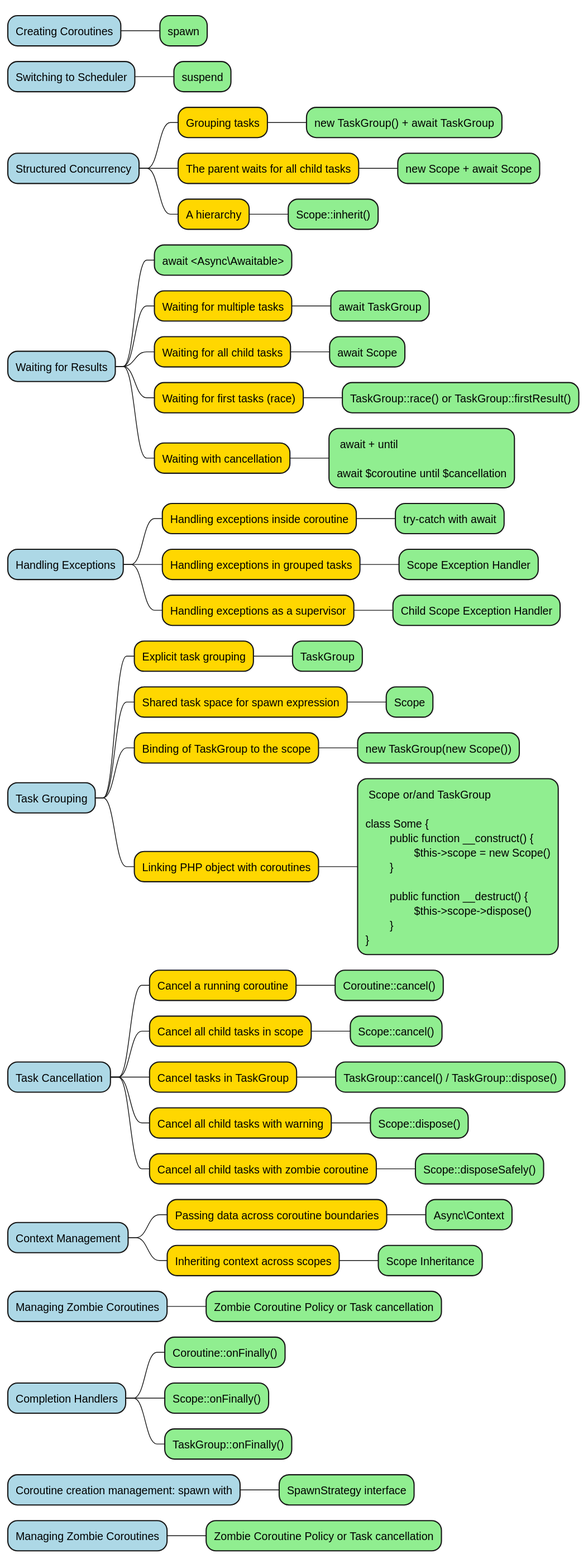
Before: diagrams/mind-map.svg, a diagram exported from PlantUML (true-async/php-true-async-rfc).
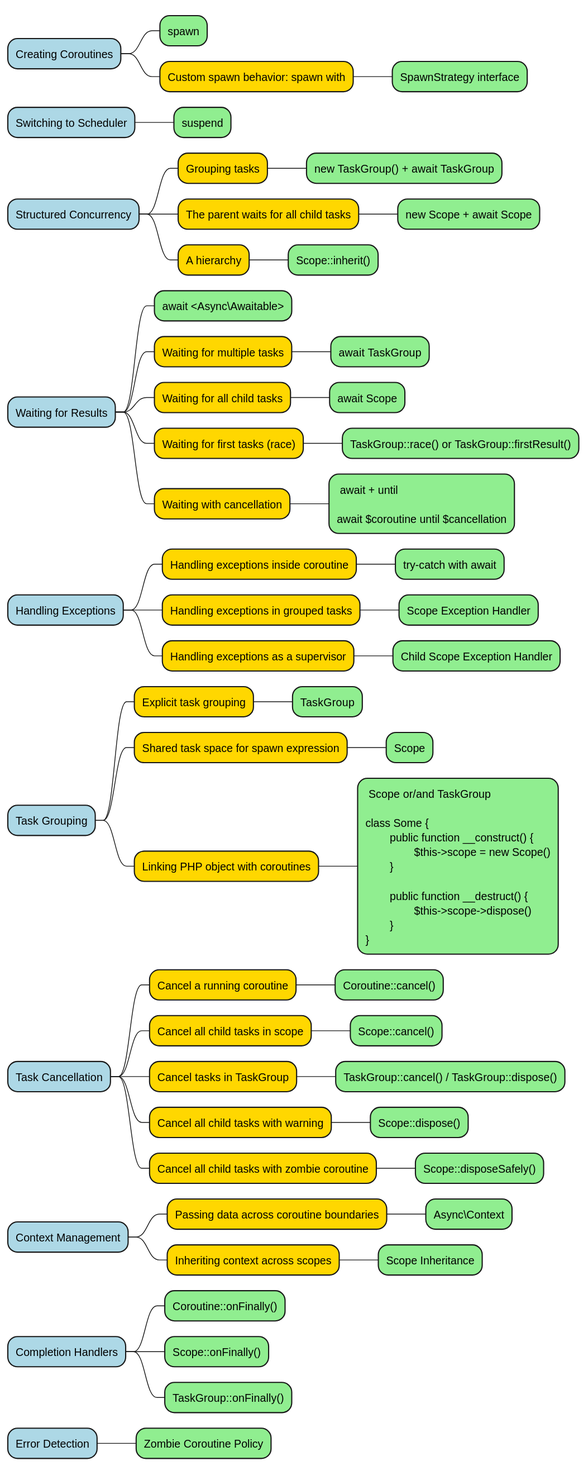
After the commit.

Commit message:
Update mind map to clarify custom spawn behavior and error detection

Diff of the diagram source:
```diff
@@ -1,6 +1,9 @@
 @startmindmap
 *[#lightblue] Creating Coroutines
 **[#lightgreen] spawn
+**[#FFD700]  Custom spawn behavior: spawn with
+***[#lightgreen] SpawnStrategy interface
+
 *[#lightblue] Switching to Scheduler
 **[#lightgreen] suspend
 *[#lightblue] Structured Concurrency
@@ -34,8 +37,6 @@
 ***[#lightgreen] TaskGroup
 **[#FFD700] Shared task space for spawn expression
 ***[#lightgreen] Scope
-**[#FFD700] Binding of TaskGroup to the scope
-***[#lightgreen] new TaskGroup(new Scope())
 **[#FFD700] Linking PHP object with coroutines
 ***[#lightgreen]: Scope or/and TaskGroup
 
@@ -65,17 +66,12 @@
 **[#FFD700] Inheriting context across scopes
 ***[#lightgreen] Scope Inheritance
 
-*[#lightblue] Managing Zombie Coroutines
-**[#lightgreen] Zombie Coroutine Policy or Task cancellation
-
 *[#lightblue] Completion Handlers
 **[#lightgreen] Coroutine::onFinally()
 **[#lightgreen] Scope::onFinally()
 **[#lightgreen] TaskGroup::onFinally()
 
-*[#lightblue]  Coroutine creation management: spawn with
-**[#lightgreen] SpawnStrategy interface
+*[#lightblue] Error Detection
+**[#lightgreen] Zombie Coroutine Policy
 
-*[#lightblue] Managing Zombie Coroutines
-**[#lightgreen] Zombie Coroutine Policy or Task cancellation
 @endmindmap
```
